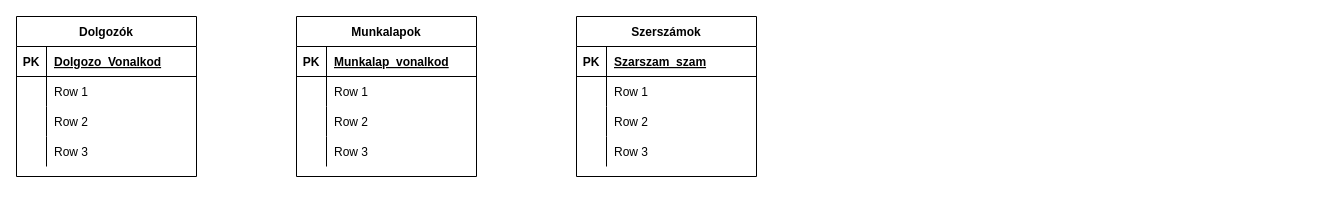
Above: Untitled Diagram.drawio in KerteszZoltan/mesterminal (draw.io), before the change. Source tidied: cells renumbered, new cells numbered last; positions are measured from the earlier drawing's top-left corner, leaving out a move shared by most shapes. Both pictures are drawn from the tidied source at 100%, with x=0, y=0 at pixel (16, 16).
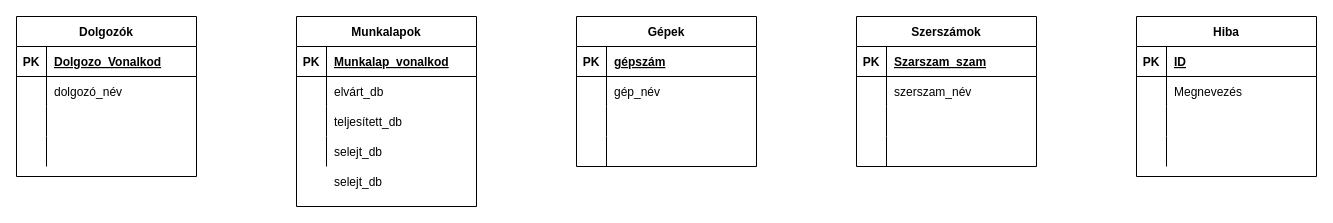
Above is the later version.

Commit message:
database tables first plan, haven't switch tables

Unchanged cells that the change refers to:
```xml
<mxCell id="6" style="shape=partialRectangle;fillColor=none;top=0;left=0;bottom=0;right=0;" parent="2" vertex="1">
  <mxGeometry y="60" width="180" height="30" as="geometry" />
</mxCell>
<mxCell id="9" style="shape=partialRectangle;fillColor=none;top=0;left=0;bottom=0;right=0;" parent="2" vertex="1">
  <mxGeometry y="90" width="180" height="30" as="geometry" />
</mxCell>
<mxCell id="12" style="shape=partialRectangle;fillColor=none;top=0;left=0;bottom=0;right=0;" parent="2" vertex="1">
  <mxGeometry y="120" width="180" height="30" as="geometry" />
</mxCell>
<mxCell id="19" style="shape=partialRectangle;fillColor=none;top=0;left=0;bottom=0;right=0;" parent="15" vertex="1">
  <mxGeometry y="60" width="180" height="30" as="geometry" />
</mxCell>
<mxCell id="22" style="shape=partialRectangle;fillColor=none;top=0;left=0;bottom=0;right=0;" parent="15" vertex="1">
  <mxGeometry y="90" width="180" height="30" as="geometry" />
</mxCell>
<mxCell id="25" style="shape=partialRectangle;fillColor=none;top=0;left=0;bottom=0;right=0;" parent="15" vertex="1">
  <mxGeometry y="120" width="180" height="30" as="geometry" />
</mxCell>
<mxCell id="32" style="shape=partialRectangle;fillColor=none;top=0;left=0;bottom=0;right=0;" parent="28" vertex="1">
  <mxGeometry y="60" width="180" height="30" as="geometry" />
</mxCell>
<mxCell id="35" style="shape=partialRectangle;fillColor=none;top=0;left=0;bottom=0;right=0;" parent="28" vertex="1">
  <mxGeometry y="90" width="180" height="30" as="geometry" />
</mxCell>
<mxCell id="38" style="shape=partialRectangle;fillColor=none;top=0;left=0;bottom=0;right=0;" parent="28" vertex="1">
  <mxGeometry y="120" width="180" height="30" as="geometry" />
</mxCell>
```

Change to the diagram source:
```diff
@@
-    <mxCell id="8" value="Row 1" style="shape=partialRectangle;fillColor=none;top=0;left=0;bottom=0;right=0;align=left;spacingLeft=6;overflow=hidden;" parent="6" vertex="1">
+    <mxCell id="8" value="dolgozó_név" style="shape=partialRectangle;fillColor=none;top=0;left=0;bottom=0;right=0;align=left;spacingLeft=6;overflow=hidden;" parent="6" vertex="1">
       <mxGeometry x="30" width="150" height="30" as="geometry" />
     </mxCell>
@@
-    <mxCell id="11" value="Row 2" style="shape=partialRectangle;fillColor=none;top=0;left=0;bottom=0;right=0;align=left;spacingLeft=6;overflow=hidden;" parent="9" vertex="1">
+    <mxCell id="11" style="shape=partialRectangle;fillColor=none;top=0;left=0;bottom=0;right=0;align=left;spacingLeft=6;overflow=hidden;" parent="9" vertex="1">
       <mxGeometry x="30" width="150" height="30" as="geometry" />
     </mxCell>
@@
-    <mxCell id="14" value="Row 3" style="shape=partialRectangle;fillColor=none;top=0;left=0;bottom=0;right=0;align=left;spacingLeft=6;overflow=hidden;" parent="12" vertex="1">
+    <mxCell id="14" style="shape=partialRectangle;fillColor=none;top=0;left=0;bottom=0;right=0;align=left;spacingLeft=6;overflow=hidden;" parent="12" vertex="1">
       <mxGeometry x="30" width="150" height="30" as="geometry" />
     </mxCell>
     <mxCell id="15" value="Munkalapok" style="shape=table;startSize=30;childLayout=tableLayout;rowLines=0;fontStyle=1;align=center;" parent="1" vertex="1">
-      <mxGeometry x="280" width="180" height="160" as="geometry" />
+      <mxGeometry x="280" width="180" height="190" as="geometry" />
     </mxCell>
@@
-    <mxCell id="21" value="Row 1" style="shape=partialRectangle;fillColor=none;top=0;left=0;bottom=0;right=0;align=left;spacingLeft=6;overflow=hidden;" parent="19" vertex="1">
+    <mxCell id="21" value="elvárt_db" style="shape=partialRectangle;fillColor=none;top=0;left=0;bottom=0;right=0;align=left;spacingLeft=6;overflow=hidden;" parent="19" vertex="1">
       <mxGeometry x="30" width="150" height="30" as="geometry" />
     </mxCell>
@@
-    <mxCell id="24" value="Row 2" style="shape=partialRectangle;fillColor=none;top=0;left=0;bottom=0;right=0;align=left;spacingLeft=6;overflow=hidden;" parent="22" vertex="1">
+    <mxCell id="24" value="teljesített_db" style="shape=partialRectangle;fillColor=none;top=0;left=0;bottom=0;right=0;align=left;spacingLeft=6;overflow=hidden;" parent="22" vertex="1">
       <mxGeometry x="30" width="150" height="30" as="geometry" />
     </mxCell>
@@
-    <mxCell id="27" value="Row 3" style="shape=partialRectangle;fillColor=none;top=0;left=0;bottom=0;right=0;align=left;spacingLeft=6;overflow=hidden;" parent="25" vertex="1">
+    <mxCell id="27" value="selejt_db" style="shape=partialRectangle;fillColor=none;top=0;left=0;bottom=0;right=0;align=left;spacingLeft=6;overflow=hidden;" parent="25" vertex="1">
       <mxGeometry x="30" width="150" height="30" as="geometry" />
     </mxCell>
     <mxCell id="28" value="Szerszámok" style="shape=table;startSize=30;childLayout=tableLayout;rowLines=0;fontStyle=1;align=center;" parent="1" vertex="1">
-      <mxGeometry x="560" width="180" height="160" as="geometry" />
+      <mxGeometry x="840" width="180" height="150" as="geometry" />
     </mxCell>
@@
-    <mxCell id="34" value="Row 1" style="shape=partialRectangle;fillColor=none;top=0;left=0;bottom=0;right=0;align=left;spacingLeft=6;overflow=hidden;" parent="32" vertex="1">
+    <mxCell id="34" value="szerszam_név" style="shape=partialRectangle;fillColor=none;top=0;left=0;bottom=0;right=0;align=left;spacingLeft=6;overflow=hidden;" parent="32" vertex="1">
       <mxGeometry x="30" width="150" height="30" as="geometry" />
     </mxCell>
@@
-    <mxCell id="37" value="Row 2" style="shape=partialRectangle;fillColor=none;top=0;left=0;bottom=0;right=0;align=left;spacingLeft=6;overflow=hidden;" parent="35" vertex="1">
+    <mxCell id="37" style="shape=partialRectangle;fillColor=none;top=0;left=0;bottom=0;right=0;align=left;spacingLeft=6;overflow=hidden;" parent="35" vertex="1">
       <mxGeometry x="30" width="150" height="30" as="geometry" />
     </mxCell>
@@
-    <mxCell id="40" value="Row 3" style="shape=partialRectangle;fillColor=none;top=0;left=0;bottom=0;right=0;align=left;spacingLeft=6;overflow=hidden;" parent="38" vertex="1">
+    <mxCell id="40" style="shape=partialRectangle;fillColor=none;top=0;left=0;bottom=0;right=0;align=left;spacingLeft=6;overflow=hidden;" parent="38" vertex="1">
       <mxGeometry x="30" width="150" height="30" as="geometry" />
     </mxCell>
+    <mxCell id="41" value="selejt_db" style="shape=partialRectangle;fillColor=none;top=0;left=0;bottom=0;right=0;align=left;spacingLeft=6;overflow=hidden;" parent="1" vertex="1">
+      <mxGeometry x="310" y="150" width="150" height="30" as="geometry" />
+    </mxCell>
+    <mxCell id="42" style="shape=partialRectangle;fillColor=none;top=0;left=0;bottom=0;right=0;overflow=hidden;" parent="1" vertex="1">
+      <mxGeometry x="280" y="150" width="30" height="30" as="geometry" />
+    </mxCell>
+    <mxCell id="43" value="Gépek" style="shape=table;startSize=30;childLayout=tableLayout;rowLines=0;fontStyle=1;align=center;" parent="1" vertex="1">
+      <mxGeometry x="560" width="180" height="150" as="geometry" />
+    </mxCell>
+    <mxCell id="44" style="shape=partialRectangle;fillColor=none;top=0;left=0;bottom=1;right=0;" parent="43" vertex="1">
+      <mxGeometry y="30" width="180" height="30" as="geometry" />
+    </mxCell>
+    <mxCell id="45" value="PK" style="shape=partialRectangle;fillColor=none;top=0;left=0;bottom=0;right=0;fontStyle=1;overflow=hidden;" parent="44" vertex="1">
+      <mxGeometry width="30" height="30" as="geometry" />
+    </mxCell>
+    <mxCell id="46" value="gépszám" style="shape=partialRectangle;fillColor=none;top=0;left=0;bottom=0;right=0;align=left;spacingLeft=6;fontStyle=5;overflow=hidden;" parent="44" vertex="1">
+      <mxGeometry x="30" width="150" height="30" as="geometry" />
+    </mxCell>
+    <mxCell id="47" style="shape=partialRectangle;fillColor=none;top=0;left=0;bottom=0;right=0;" parent="43" vertex="1">
+      <mxGeometry y="60" width="180" height="30" as="geometry" />
+    </mxCell>
+    <mxCell id="48" style="shape=partialRectangle;fillColor=none;top=0;left=0;bottom=0;right=0;overflow=hidden;" parent="47" vertex="1">
+      <mxGeometry width="30" height="30" as="geometry" />
+    </mxCell>
+    <mxCell id="49" value="gép_név" style="shape=partialRectangle;fillColor=none;top=0;left=0;bottom=0;right=0;align=left;spacingLeft=6;overflow=hidden;" parent="47" vertex="1">
+      <mxGeometry x="30" width="150" height="30" as="geometry" />
+    </mxCell>
+    <mxCell id="50" style="shape=partialRectangle;fillColor=none;top=0;left=0;bottom=0;right=0;" parent="43" vertex="1">
+      <mxGeometry y="90" width="180" height="30" as="geometry" />
+    </mxCell>
+    <mxCell id="51" style="shape=partialRectangle;fillColor=none;top=0;left=0;bottom=0;right=0;overflow=hidden;" parent="50" vertex="1">
+      <mxGeometry width="30" height="30" as="geometry" />
+    </mxCell>
+    <mxCell id="52" style="shape=partialRectangle;fillColor=none;top=0;left=0;bottom=0;right=0;align=left;spacingLeft=6;overflow=hidden;" parent="50" vertex="1">
+      <mxGeometry x="30" width="150" height="30" as="geometry" />
+    </mxCell>
+    <mxCell id="53" style="shape=partialRectangle;fillColor=none;top=0;left=0;bottom=0;right=0;" parent="43" vertex="1">
+      <mxGeometry y="120" width="180" height="30" as="geometry" />
+    </mxCell>
+    <mxCell id="54" style="shape=partialRectangle;fillColor=none;top=0;left=0;bottom=0;right=0;overflow=hidden;" parent="53" vertex="1">
+      <mxGeometry width="30" height="30" as="geometry" />
+    </mxCell>
+    <mxCell id="55" style="shape=partialRectangle;fillColor=none;top=0;left=0;bottom=0;right=0;align=left;spacingLeft=6;overflow=hidden;" parent="53" vertex="1">
+      <mxGeometry x="30" width="150" height="30" as="geometry" />
+    </mxCell>
+    <mxCell id="56" value="Hiba" style="shape=table;startSize=30;childLayout=tableLayout;rowLines=0;fontStyle=1;align=center;" parent="1" vertex="1">
+      <mxGeometry x="1120" width="180" height="160" as="geometry" />
+    </mxCell>
+    <mxCell id="57" style="shape=partialRectangle;fillColor=none;top=0;left=0;bottom=1;right=0;" parent="56" vertex="1">
+      <mxGeometry y="30" width="180" height="30" as="geometry" />
+    </mxCell>
+    <mxCell id="58" value="PK" style="shape=partialRectangle;fillColor=none;top=0;left=0;bottom=0;right=0;fontStyle=1;overflow=hidden;" parent="57" vertex="1">
+      <mxGeometry width="30" height="30" as="geometry" />
+    </mxCell>
+    <mxCell id="59" value="ID" style="shape=partialRectangle;fillColor=none;top=0;left=0;bottom=0;right=0;align=left;spacingLeft=6;fontStyle=5;overflow=hidden;" parent="57" vertex="1">
+      <mxGeometry x="30" width="150" height="30" as="geometry" />
+    </mxCell>
+    <mxCell id="60" style="shape=partialRectangle;fillColor=none;top=0;left=0;bottom=0;right=0;" parent="56" vertex="1">
+      <mxGeometry y="60" width="180" height="30" as="geometry" />
+    </mxCell>
+    <mxCell id="61" style="shape=partialRectangle;fillColor=none;top=0;left=0;bottom=0;right=0;overflow=hidden;" parent="60" vertex="1">
+      <mxGeometry width="30" height="30" as="geometry" />
+    </mxCell>
+    <mxCell id="62" value="Megnevezés" style="shape=partialRectangle;fillColor=none;top=0;left=0;bottom=0;right=0;align=left;spacingLeft=6;overflow=hidden;" parent="60" vertex="1">
+      <mxGeometry x="30" width="150" height="30" as="geometry" />
+    </mxCell>
+    <mxCell id="63" style="shape=partialRectangle;fillColor=none;top=0;left=0;bottom=0;right=0;" parent="56" vertex="1">
+      <mxGeometry y="90" width="180" height="30" as="geometry" />
+    </mxCell>
+    <mxCell id="64" style="shape=partialRectangle;fillColor=none;top=0;left=0;bottom=0;right=0;overflow=hidden;" parent="63" vertex="1">
+      <mxGeometry width="30" height="30" as="geometry" />
+    </mxCell>
+    <mxCell id="65" style="shape=partialRectangle;fillColor=none;top=0;left=0;bottom=0;right=0;align=left;spacingLeft=6;overflow=hidden;" parent="63" vertex="1">
+      <mxGeometry x="30" width="150" height="30" as="geometry" />
+    </mxCell>
+    <mxCell id="66" style="shape=partialRectangle;fillColor=none;top=0;left=0;bottom=0;right=0;" parent="56" vertex="1">
+      <mxGeometry y="120" width="180" height="30" as="geometry" />
+    </mxCell>
+    <mxCell id="67" style="shape=partialRectangle;fillColor=none;top=0;left=0;bottom=0;right=0;overflow=hidden;" parent="66" vertex="1">
+      <mxGeometry width="30" height="30" as="geometry" />
+    </mxCell>
+    <mxCell id="68" style="shape=partialRectangle;fillColor=none;top=0;left=0;bottom=0;right=0;align=left;spacingLeft=6;overflow=hidden;" parent="66" vertex="1">
+      <mxGeometry x="30" width="150" height="30" as="geometry" />
+    </mxCell>
```
